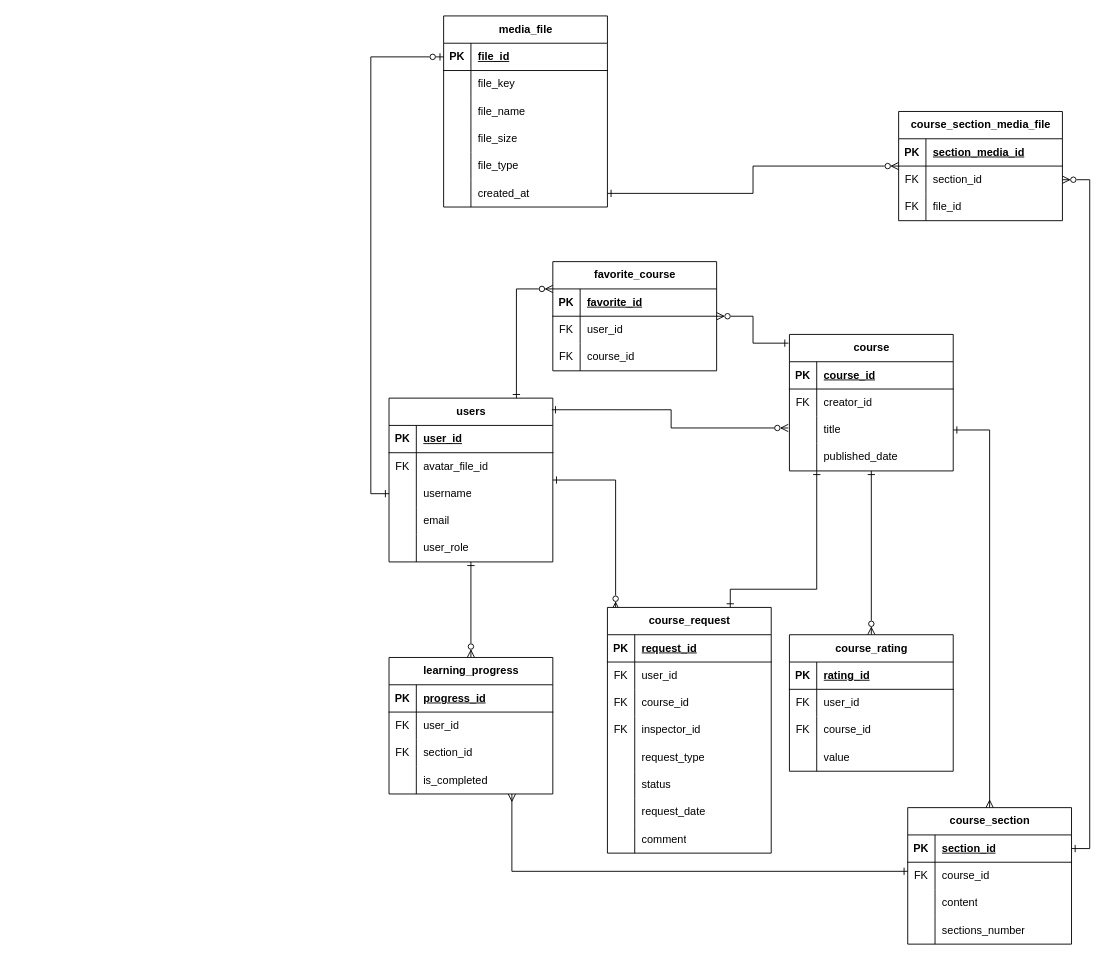
Earlier version of the draw.io diagram diagrams/ER диаграмма (Entity Relations diagram)/ER diagram.drawio (sahland/9.5-Team). Source tidied: cells renumbered, new cells numbered last; positions are measured from the earlier drawing's top-left corner, leaving out a move shared by most shapes. Both pictures are drawn from the tidied source at 91%, with x=0, y=0 at pixel (370, 15).
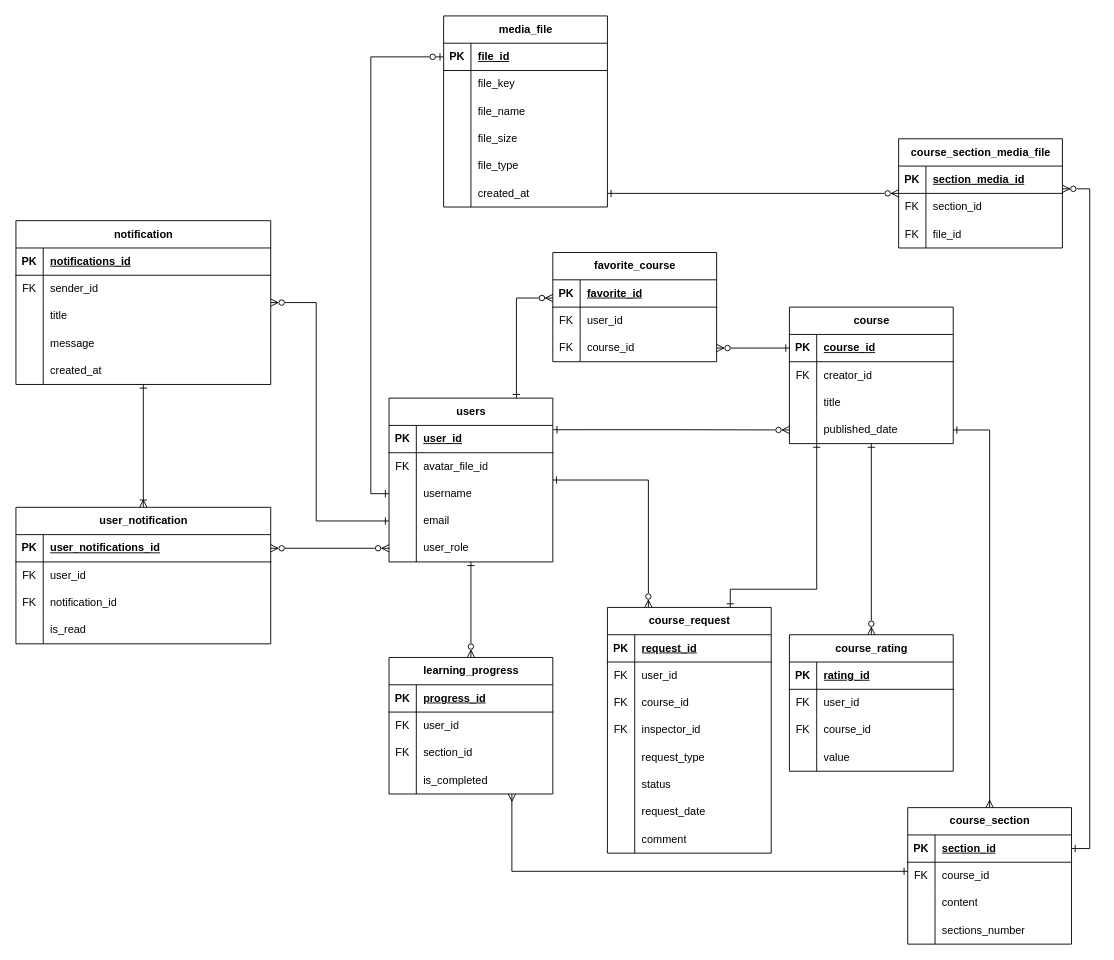
After the change.

Commit message (it also covers changes not shown here):
fix: diagrams add notification to er diagram, physical data and object diagram

Unchanged cells that the change refers to:
```xml
<mxCell id="5" value="users" style="shape=table;startSize=30;childLayout=tableLayout;rowLines=0;fontStyle=1;align=center;html=1;" parent="1" vertex="1">
  <mxGeometry x="20" y="420" width="180" height="180" as="geometry" />
</mxCell>
<mxCell id="6" style="shape=tableRow;horizontal=0;startSize=0;swimlaneHead=0;swimlaneBody=0;fillColor=none;points=[[0,0.5],[1,0.5]];portConstraint=eastwest;top=0;left=0;right=0;bottom=1;" parent="5" vertex="1">
  <mxGeometry y="30" width="180" height="30" as="geometry" />
</mxCell>
<mxCell id="15" style="shape=tableRow;horizontal=0;startSize=0;swimlaneHead=0;swimlaneBody=0;fillColor=none;points=[[0,0.5],[1,0.5]];portConstraint=eastwest;top=0;left=0;right=0;bottom=0;" parent="5" vertex="1">
  <mxGeometry y="120" width="180" height="30" as="geometry" />
</mxCell>
<mxCell id="18" style="shape=tableRow;horizontal=0;startSize=0;swimlaneHead=0;swimlaneBody=0;fillColor=none;points=[[0,0.5],[1,0.5]];portConstraint=eastwest;top=0;left=0;right=0;bottom=0;" parent="5" vertex="1">
  <mxGeometry y="150" width="180" height="30" as="geometry" />
</mxCell>
<mxCell id="24" style="shape=tableRow;horizontal=0;startSize=0;swimlaneHead=0;swimlaneBody=0;fillColor=none;points=[[0,0.5],[1,0.5]];portConstraint=eastwest;top=0;left=0;right=0;bottom=1;" parent="23" vertex="1">
  <mxGeometry y="30" width="180" height="30" as="geometry" />
</mxCell>
<mxCell id="30" style="shape=tableRow;horizontal=0;startSize=0;swimlaneHead=0;swimlaneBody=0;fillColor=none;points=[[0,0.5],[1,0.5]];portConstraint=eastwest;top=0;left=0;right=0;bottom=0;" parent="23" vertex="1">
  <mxGeometry y="90" width="180" height="30" as="geometry" />
</mxCell>
<mxCell id="33" style="shape=tableRow;horizontal=0;startSize=0;swimlaneHead=0;swimlaneBody=0;fillColor=none;points=[[0,0.5],[1,0.5]];portConstraint=eastwest;top=0;left=0;right=0;bottom=0;" parent="23" vertex="1">
  <mxGeometry y="120" width="180" height="30" as="geometry" />
</mxCell>
<mxCell id="37" style="shape=tableRow;horizontal=0;startSize=0;swimlaneHead=0;swimlaneBody=0;fillColor=none;points=[[0,0.5],[1,0.5]];portConstraint=eastwest;top=0;left=0;right=0;bottom=1;" parent="36" vertex="1">
  <mxGeometry y="30" width="180" height="30" as="geometry" />
</mxCell>
<mxCell id="69" style="shape=tableRow;horizontal=0;startSize=0;swimlaneHead=0;swimlaneBody=0;fillColor=none;points=[[0,0.5],[1,0.5]];portConstraint=eastwest;top=0;left=0;right=0;bottom=0;" parent="62" vertex="1">
  <mxGeometry y="90" width="180" height="30" as="geometry" />
</mxCell>
<mxCell id="86" value="course_request" style="shape=table;startSize=30;childLayout=tableLayout;rowLines=0;fontStyle=1;align=center;html=1;" parent="1" vertex="1">
  <mxGeometry x="260" y="650" width="180" height="270" as="geometry" />
</mxCell>
<mxCell id="138" style="shape=tableRow;horizontal=0;startSize=0;swimlaneHead=0;swimlaneBody=0;fillColor=none;points=[[0,0.5],[1,0.5]];portConstraint=eastwest;top=0;left=0;right=0;bottom=0;" parent="134" vertex="1">
  <mxGeometry y="60" width="180" height="30" as="geometry" />
</mxCell>
```

Change to the diagram source:
```diff
@@
-    <mxCell id="3" style="edgeStyle=orthogonalEdgeStyle;rounded=0;jettySize=auto;html=1;startArrow=ERone;startFill=0;endArrow=ERzeroToMany;endFill=0;entryX=0.05;entryY=0.009;entryDx=0;entryDy=0;entryPerimeter=0;" parent="1" edge="1" source="5" target="86">
+    <mxCell id="3" style="edgeStyle=orthogonalEdgeStyle;rounded=0;jettySize=auto;html=1;startArrow=ERone;startFill=0;endArrow=ERzeroToMany;endFill=0;entryX=0.25;entryY=0;entryDx=0;entryDy=0;" parent="1" edge="1" source="5" target="86">
       <mxGeometry relative="1" as="geometry" />
     </mxCell>
@@
+    <mxCell id="146" style="edgeStyle=orthogonalEdgeStyle;rounded=0;jettySize=auto;html=1;startArrow=ERzeroToMany;startFill=0;endArrow=ERzeroToMany;endFill=0;entryX=1;entryY=0.5;entryDx=0;entryDy=0;exitX=0;exitY=0.5;exitDx=0;exitDy=0;" parent="1" edge="1" source="18" target="166">
+      <mxGeometry relative="1" as="geometry">
+        <Array as="points">
+          <mxPoint x="-80" y="585" />
+          <mxPoint x="-80" y="585" />
+        </Array>
+      </mxGeometry>
+    </mxCell>
@@
-    <mxCell id="22" style="edgeStyle=orthogonalEdgeStyle;rounded=0;jettySize=auto;html=1;startArrow=ERone;startFill=0;endArrow=ERzeroToMany;endFill=0;exitX=-0.006;exitY=0.064;exitDx=0;exitDy=0;exitPerimeter=0;" parent="1" edge="1" source="23" target="62">
+    <mxCell id="22" style="edgeStyle=orthogonalEdgeStyle;rounded=0;jettySize=auto;html=1;startArrow=ERone;startFill=0;endArrow=ERzeroToMany;endFill=0;exitX=0;exitY=0.5;exitDx=0;exitDy=0;entryX=1;entryY=0.5;entryDx=0;entryDy=0;" parent="1" edge="1" source="24" target="69">
       <mxGeometry relative="1" as="geometry" />
     </mxCell>
     <mxCell id="23" value="course" style="shape=table;startSize=30;childLayout=tableLayout;rowLines=0;fontStyle=1;align=center;html=1;" parent="1" vertex="1">
-      <mxGeometry x="460" y="350" width="180" height="150" as="geometry" />
+      <mxGeometry x="460" y="320" width="180" height="150" as="geometry" />
     </mxCell>
@@
     <mxCell id="62" value="favorite_course" style="shape=table;startSize=30;childLayout=tableLayout;rowLines=0;fontStyle=1;align=center;html=1;" parent="1" vertex="1">
-      <mxGeometry x="200" y="270" width="180" height="120" as="geometry" />
+      <mxGeometry x="200" y="260" width="180" height="120" as="geometry" />
     </mxCell>
@@
-    <mxCell id="111" style="rounded=0;jettySize=auto;html=1;strokeColor=default;startArrow=ERone;startFill=0;endArrow=ERzeroToMany;endFill=0;entryX=-0.007;entryY=0.427;entryDx=0;entryDy=0;edgeStyle=orthogonalEdgeStyle;entryPerimeter=0;exitX=0.994;exitY=0.071;exitDx=0;exitDy=0;exitPerimeter=0;" parent="1" edge="1" source="5" target="30">
+    <mxCell id="111" style="rounded=0;jettySize=auto;html=1;strokeColor=default;startArrow=ERone;startFill=0;endArrow=ERzeroToMany;endFill=0;entryX=0;entryY=0.5;entryDx=0;entryDy=0;edgeStyle=orthogonalEdgeStyle;exitX=1.003;exitY=0.157;exitDx=0;exitDy=0;exitPerimeter=0;" parent="1" edge="1" source="6" target="33">
       <mxGeometry relative="1" as="geometry" />
     </mxCell>
@@
-    <mxCell id="113" style="edgeStyle=orthogonalEdgeStyle;rounded=0;jettySize=auto;html=1;endArrow=ERzeroToMany;endFill=0;startArrow=ERone;startFill=0;entryX=0;entryY=0.25;entryDx=0;entryDy=0;" parent="1" edge="1" source="5" target="62">
+    <mxCell id="113" style="edgeStyle=orthogonalEdgeStyle;rounded=0;jettySize=auto;html=1;endArrow=ERzeroToMany;endFill=0;startArrow=ERone;startFill=0;" parent="1" edge="1" source="5">
       <mxGeometry relative="1" as="geometry">
+        <mxPoint x="200" y="310" as="targetPoint" />
         <Array as="points">
-          <mxPoint x="160" y="300" />
+          <mxPoint x="160" y="310" />
+          <mxPoint x="200" y="310" />
         </Array>
       </mxGeometry>
     </mxCell>
@@
     <mxCell id="134" value="course_section_media_file" style="shape=table;startSize=30;childLayout=tableLayout;rowLines=0;fontStyle=1;align=center;html=1;" parent="1" vertex="1">
-      <mxGeometry x="580" y="105" width="180" height="120" as="geometry" />
+      <mxGeometry x="580" y="135" width="180" height="120" as="geometry" />
     </mxCell>
@@
-    <mxCell id="144" style="rounded=0;jettySize=auto;html=1;entryX=1;entryY=0.5;entryDx=0;entryDy=0;startArrow=ERone;startFill=0;endArrow=ERzeroToMany;endFill=0;edgeStyle=orthogonalEdgeStyle;" parent="1" edge="1" source="37" target="138">
+    <mxCell id="144" style="rounded=0;jettySize=auto;html=1;startArrow=ERone;startFill=0;endArrow=ERzeroToMany;endFill=0;edgeStyle=orthogonalEdgeStyle;" parent="1" edge="1" source="37">
       <mxGeometry relative="1" as="geometry">
+        <mxPoint x="760" y="190" as="targetPoint" />
         <Array as="points">
           <mxPoint x="790" y="915" />
-          <mxPoint x="790" y="180" />
+          <mxPoint x="790" y="190" />
+          <mxPoint x="760" y="190" />
         </Array>
       </mxGeometry>
     </mxCell>
@@
+    <mxCell id="147" style="edgeStyle=orthogonalEdgeStyle;rounded=0;jettySize=auto;html=1;entryX=0;entryY=0.5;entryDx=0;entryDy=0;startArrow=ERzeroToMany;startFill=0;endArrow=ERone;endFill=0;" parent="1" edge="1" source="149" target="15">
+      <mxGeometry relative="1" as="geometry">
+        <Array as="points">
+          <mxPoint x="-60" y="315" />
+          <mxPoint x="-60" y="555" />
+        </Array>
+      </mxGeometry>
+    </mxCell>
+    <mxCell id="148" style="edgeStyle=orthogonalEdgeStyle;rounded=0;jettySize=auto;html=1;startArrow=ERone;startFill=0;endArrow=ERoneToMany;endFill=0;" parent="1" edge="1" source="149" target="165">
+      <mxGeometry relative="1" as="geometry" />
+    </mxCell>
+    <mxCell id="149" value="notification" style="shape=table;startSize=30;childLayout=tableLayout;rowLines=0;fontStyle=1;align=center;html=1;" parent="1" vertex="1">
+      <mxGeometry x="-390" y="225" width="280" height="180" as="geometry" />
+    </mxCell>
+    <mxCell id="150" style="shape=tableRow;horizontal=0;startSize=0;swimlaneHead=0;swimlaneBody=0;fillColor=none;top=0;left=0;right=0;bottom=1;" parent="149" vertex="1">
+      <mxGeometry y="30" width="280" height="30" as="geometry" />
+    </mxCell>
+    <mxCell id="151" value="PK" style="shape=partialRectangle;fillColor=none;top=0;left=0;bottom=0;right=0;fontStyle=1;overflow=hidden;whiteSpace=wrap;html=1;" parent="150" vertex="1">
+      <mxGeometry width="30" height="30" as="geometry" />
+    </mxCell>
+    <mxCell id="152" value="notifications_id" style="shape=partialRectangle;fillColor=none;top=0;left=0;bottom=0;right=0;align=left;spacingLeft=6;fontStyle=5;overflow=hidden;whiteSpace=wrap;html=1;" parent="150" vertex="1">
+      <mxGeometry x="30" width="250" height="30" as="geometry" />
+    </mxCell>
+    <mxCell id="153" style="shape=tableRow;horizontal=0;startSize=0;swimlaneHead=0;swimlaneBody=0;fillColor=none;top=0;left=0;right=0;bottom=0;" parent="149" vertex="1">
+      <mxGeometry y="60" width="280" height="30" as="geometry" />
+    </mxCell>
+    <mxCell id="154" value="FK" style="shape=partialRectangle;fillColor=none;top=0;left=0;bottom=0;right=0;overflow=hidden;whiteSpace=wrap;html=1;" parent="153" vertex="1">
+      <mxGeometry width="30" height="30" as="geometry" />
+    </mxCell>
+    <mxCell id="155" value="sender_id" style="shape=partialRectangle;fillColor=none;top=0;left=0;bottom=0;right=0;align=left;spacingLeft=6;overflow=hidden;whiteSpace=wrap;html=1;" parent="153" vertex="1">
+      <mxGeometry x="30" width="250" height="30" as="geometry" />
+    </mxCell>
+    <mxCell id="156" style="shape=tableRow;horizontal=0;startSize=0;swimlaneHead=0;swimlaneBody=0;fillColor=none;top=0;left=0;right=0;bottom=0;" parent="149" vertex="1">
+      <mxGeometry y="90" width="280" height="30" as="geometry" />
+    </mxCell>
+    <mxCell id="157" style="shape=partialRectangle;fillColor=none;top=0;left=0;bottom=0;right=0;overflow=hidden;whiteSpace=wrap;html=1;" parent="156" vertex="1">
+      <mxGeometry width="30" height="30" as="geometry" />
+    </mxCell>
+    <mxCell id="158" value="title" style="shape=partialRectangle;fillColor=none;top=0;left=0;bottom=0;right=0;align=left;spacingLeft=6;overflow=hidden;whiteSpace=wrap;html=1;" parent="156" vertex="1">
+      <mxGeometry x="30" width="250" height="30" as="geometry" />
+    </mxCell>
+    <mxCell id="159" style="shape=tableRow;horizontal=0;startSize=0;swimlaneHead=0;swimlaneBody=0;fillColor=none;top=0;left=0;right=0;bottom=0;" parent="149" vertex="1">
+      <mxGeometry y="120" width="280" height="30" as="geometry" />
+    </mxCell>
+    <mxCell id="160" style="shape=partialRectangle;fillColor=none;top=0;left=0;bottom=0;right=0;overflow=hidden;whiteSpace=wrap;html=1;" parent="159" vertex="1">
+      <mxGeometry width="30" height="30" as="geometry" />
+    </mxCell>
+    <mxCell id="161" value="message" style="shape=partialRectangle;fillColor=none;top=0;left=0;bottom=0;right=0;align=left;spacingLeft=6;overflow=hidden;whiteSpace=wrap;html=1;" parent="159" vertex="1">
+      <mxGeometry x="30" width="250" height="30" as="geometry" />
+    </mxCell>
+    <mxCell id="162" style="shape=tableRow;horizontal=0;startSize=0;swimlaneHead=0;swimlaneBody=0;fillColor=none;top=0;left=0;right=0;bottom=0;" parent="149" vertex="1">
+      <mxGeometry y="150" width="280" height="30" as="geometry" />
+    </mxCell>
+    <mxCell id="163" style="shape=partialRectangle;fillColor=none;top=0;left=0;bottom=0;right=0;overflow=hidden;whiteSpace=wrap;html=1;" parent="162" vertex="1">
+      <mxGeometry width="30" height="30" as="geometry" />
+    </mxCell>
+    <mxCell id="164" value="created_at" style="shape=partialRectangle;fillColor=none;top=0;left=0;bottom=0;right=0;align=left;spacingLeft=6;overflow=hidden;whiteSpace=wrap;html=1;" parent="162" vertex="1">
+      <mxGeometry x="30" width="250" height="30" as="geometry" />
+    </mxCell>
+    <mxCell id="165" value="user_notification" style="shape=table;startSize=30;childLayout=tableLayout;rowLines=0;fontStyle=1;align=center;html=1;" parent="1" vertex="1">
+      <mxGeometry x="-390" y="540" width="280" height="150" as="geometry" />
+    </mxCell>
+    <mxCell id="166" style="shape=tableRow;horizontal=0;startSize=0;swimlaneHead=0;swimlaneBody=0;fillColor=none;points=[[0,0.5],[1,0.5]];portConstraint=eastwest;top=0;left=0;right=0;bottom=1;" parent="165" vertex="1">
+      <mxGeometry y="30" width="280" height="30" as="geometry" />
+    </mxCell>
+    <mxCell id="167" value="PK" style="shape=partialRectangle;fillColor=none;top=0;left=0;bottom=0;right=0;fontStyle=1;overflow=hidden;whiteSpace=wrap;html=1;" parent="166" vertex="1">
+      <mxGeometry width="30" height="30" as="geometry" />
+    </mxCell>
+    <mxCell id="168" value="&lt;span style=&quot;text-align: center; text-wrap: nowrap;&quot;&gt;user_notifications_id&lt;/span&gt;" style="shape=partialRectangle;fillColor=none;top=0;left=0;bottom=0;right=0;align=left;spacingLeft=6;fontStyle=5;overflow=hidden;whiteSpace=wrap;html=1;" parent="166" vertex="1">
+      <mxGeometry x="30" width="250" height="30" as="geometry" />
+    </mxCell>
+    <mxCell id="169" style="shape=tableRow;horizontal=0;startSize=0;swimlaneHead=0;swimlaneBody=0;fillColor=none;top=0;left=0;right=0;bottom=0;" parent="165" vertex="1">
+      <mxGeometry y="60" width="280" height="30" as="geometry" />
+    </mxCell>
+    <mxCell id="170" value="FK" style="shape=partialRectangle;fillColor=none;top=0;left=0;bottom=0;right=0;overflow=hidden;whiteSpace=wrap;html=1;" parent="169" vertex="1">
+      <mxGeometry width="30" height="30" as="geometry" />
+    </mxCell>
+    <mxCell id="171" value="user_id" style="shape=partialRectangle;fillColor=none;top=0;left=0;bottom=0;right=0;align=left;spacingLeft=6;overflow=hidden;whiteSpace=wrap;html=1;" parent="169" vertex="1">
+      <mxGeometry x="30" width="250" height="30" as="geometry" />
+    </mxCell>
+    <mxCell id="172" style="shape=tableRow;horizontal=0;startSize=0;swimlaneHead=0;swimlaneBody=0;fillColor=none;top=0;left=0;right=0;bottom=0;" parent="165" vertex="1">
+      <mxGeometry y="90" width="280" height="30" as="geometry" />
+    </mxCell>
+    <mxCell id="173" value="FK" style="shape=partialRectangle;fillColor=none;top=0;left=0;bottom=0;right=0;overflow=hidden;whiteSpace=wrap;html=1;" parent="172" vertex="1">
+      <mxGeometry width="30" height="30" as="geometry" />
+    </mxCell>
+    <mxCell id="174" value="notification_id" style="shape=partialRectangle;fillColor=none;top=0;left=0;bottom=0;right=0;align=left;spacingLeft=6;overflow=hidden;whiteSpace=wrap;html=1;" parent="172" vertex="1">
+      <mxGeometry x="30" width="250" height="30" as="geometry" />
+    </mxCell>
+    <mxCell id="175" style="shape=tableRow;horizontal=0;startSize=0;swimlaneHead=0;swimlaneBody=0;fillColor=none;top=0;left=0;right=0;bottom=0;" parent="165" vertex="1">
+      <mxGeometry y="120" width="280" height="30" as="geometry" />
+    </mxCell>
+    <mxCell id="176" style="shape=partialRectangle;fillColor=none;top=0;left=0;bottom=0;right=0;overflow=hidden;whiteSpace=wrap;html=1;" parent="175" vertex="1">
+      <mxGeometry width="30" height="30" as="geometry" />
+    </mxCell>
+    <mxCell id="177" value="is_read" style="shape=partialRectangle;fillColor=none;top=0;left=0;bottom=0;right=0;align=left;spacingLeft=6;overflow=hidden;whiteSpace=wrap;html=1;" parent="175" vertex="1">
+      <mxGeometry x="30" width="250" height="30" as="geometry" />
+    </mxCell>
```
